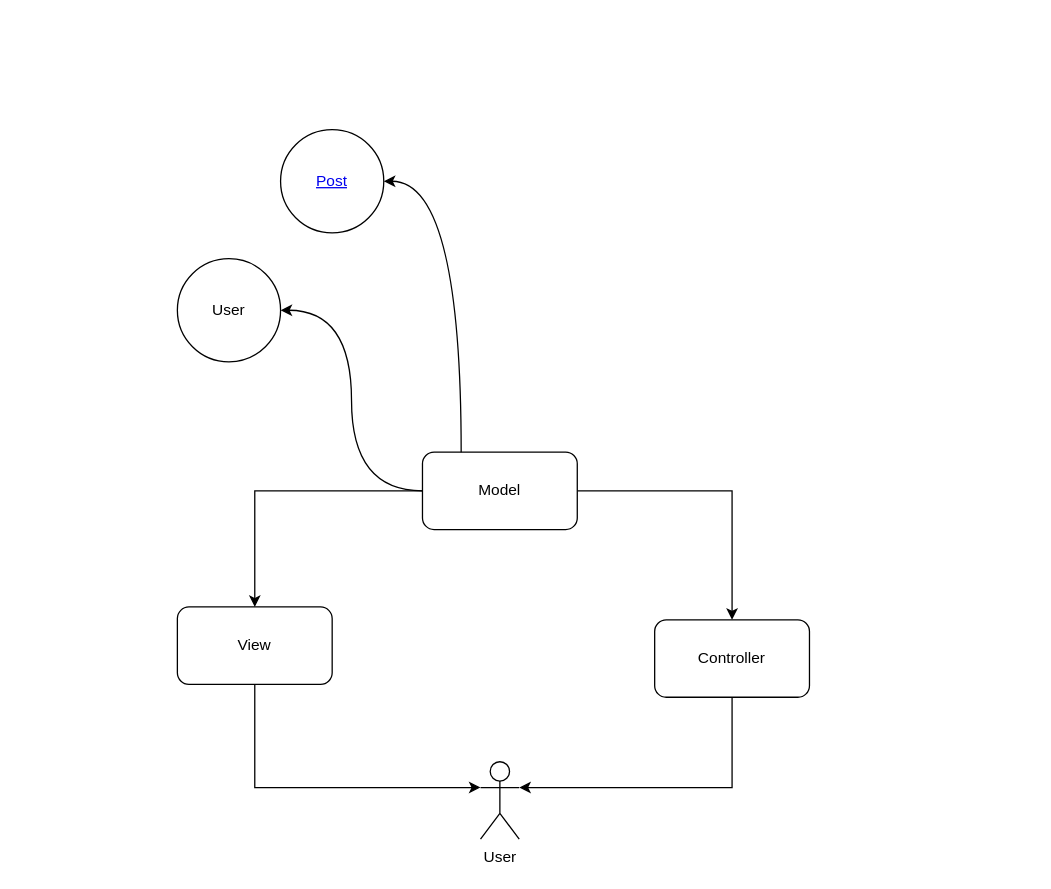
The draw.io diagram documentation/architecture_design.drawio in abdulmansour/soen341, before the edit. Source tidied: cells renumbered, new cells numbered last; positions are measured from the earlier drawing's top-left corner, leaving out a move shared by most shapes. Both pictures are drawn from the tidied source at 129%, with x=0, y=0 at pixel (177, 129).
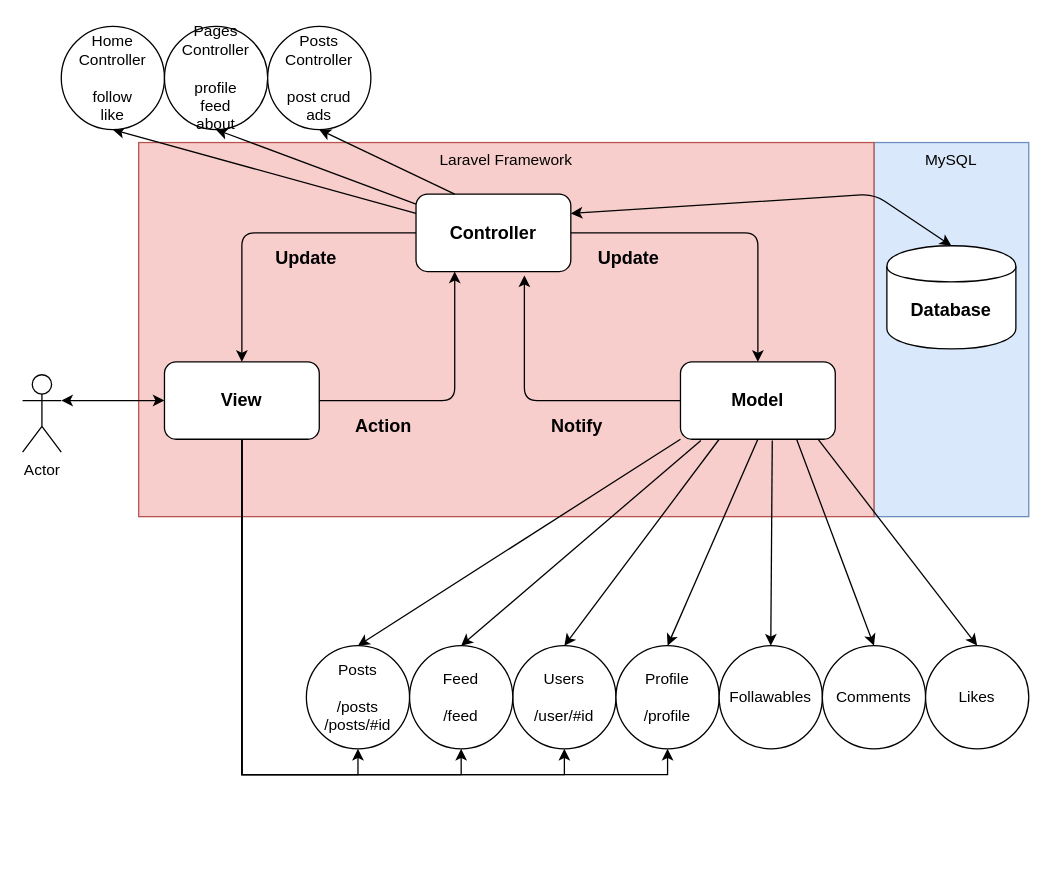
Above is the later version.

Commit message (it also covers changes not shown here):
updated architecture design #14

Change to the diagram source:
```diff
@@
-    <mxCell id="2" style="edgeStyle=orthogonalEdgeStyle;rounded=0;jettySize=auto;html=1;entryX=0.5;entryY=0;entryDx=0;entryDy=0;" parent="1" edge="1" source="5" target="9">
-      <mxGeometry relative="1" as="geometry" />
-    </mxCell>
-    <mxCell id="3" style="edgeStyle=orthogonalEdgeStyle;rounded=0;jettySize=auto;html=1;" parent="1" edge="1" source="5" target="7">
-      <mxGeometry relative="1" as="geometry" />
-    </mxCell>
-    <mxCell id="4" style="edgeStyle=orthogonalEdgeStyle;curved=1;rounded=0;jettySize=auto;html=1;entryX=1;entryY=0.5;entryDx=0;entryDy=0;" parent="1" edge="1" source="5" target="11">
-      <mxGeometry relative="1" as="geometry" />
-    </mxCell>
+    <mxCell id="14" value="MySQL" style="rounded=0;whiteSpace=wrap;html=1;fillColor=#dae8fc;strokeColor=#6c8ebf;verticalAlign=top;" parent="1" vertex="1">
+      <mxGeometry x="540" y="10" width="120" height="290" as="geometry" />
+    </mxCell>
+    <mxCell id="15" value="&lt;div&gt;&lt;span&gt;Laravel Framework&lt;/span&gt;&lt;/div&gt;" style="rounded=0;whiteSpace=wrap;html=1;fillColor=#f8cecc;strokeColor=#b85450;align=center;horizontal=1;verticalAlign=top;" parent="1" vertex="1">
+      <mxGeometry x="-30" y="10" width="570" height="290" as="geometry" />
+    </mxCell>
+    <mxCell id="16" style="rounded=1;whiteSpace=wrap;html=1;" parent="1" vertex="1">
+      <mxGeometry x="185" y="50" width="120" height="60" as="geometry" />
+    </mxCell>
+    <mxCell id="17" style="rounded=1;jettySize=auto;html=1;entryX=0.5;entryY=0;entryDx=0;entryDy=0;exitX=0;exitY=1;exitDx=0;exitDy=0;" parent="1" edge="1" source="18" target="34">
+      <mxGeometry relative="1" as="geometry" />
+    </mxCell>
+    <mxCell id="18" style="rounded=1;whiteSpace=wrap;html=1;" parent="1" vertex="1">
+      <mxGeometry x="390" y="180" width="120" height="60" as="geometry" />
+    </mxCell>
+    <mxCell id="19" style="edgeStyle=orthogonalEdgeStyle;rounded=0;jettySize=auto;html=1;exitX=0.5;exitY=1;exitDx=0;exitDy=0;entryX=0.5;entryY=1;entryDx=0;entryDy=0;" parent="1" edge="1" source="20" target="36">
+      <mxGeometry relative="1" as="geometry">
+        <Array as="points">
+          <mxPoint x="50" y="500" />
+          <mxPoint x="300" y="500" />
+        </Array>
+      </mxGeometry>
+    </mxCell>
+    <mxCell id="20" style="rounded=1;whiteSpace=wrap;html=1;" parent="1" vertex="1">
+      <mxGeometry x="-10" y="180" width="120" height="60" as="geometry" />
+    </mxCell>
+    <mxCell id="9" value="&lt;b&gt;&lt;font style=&quot;font-size: 14px&quot;&gt;View&lt;/font&gt;&lt;/b&gt;" style="text;html=1;strokeColor=none;fillColor=none;align=center;verticalAlign=middle;whiteSpace=wrap;rounded=0;" parent="1" vertex="1">
+      <mxGeometry x="30" y="200" width="40" height="20" as="geometry" />
+    </mxCell>
+    <mxCell id="21" value="Actor" style="shape=umlActor;verticalLabelPosition=bottom;labelBackgroundColor=#ffffff;verticalAlign=top;html=1;outlineConnect=0;" parent="1" vertex="1">
+      <mxGeometry x="-120" y="190" width="30" height="60" as="geometry" />
+    </mxCell>
+    <mxCell id="22" style="endArrow=classic;html=1;exitX=0;exitY=0.5;exitDx=0;exitDy=0;entryX=0.5;entryY=0;entryDx=0;entryDy=0;" parent="1" edge="1" source="16" target="20">
+      <mxGeometry relative="1" as="geometry">
+        <Array as="points">
+          <mxPoint x="50" y="80" />
+        </Array>
+      </mxGeometry>
+    </mxCell>
+    <mxCell id="23" style="endArrow=classic;html=1;exitX=1;exitY=0.5;exitDx=0;exitDy=0;entryX=0.5;entryY=0;entryDx=0;entryDy=0;" parent="1" edge="1" source="16" target="18">
+      <mxGeometry relative="1" as="geometry">
+        <Array as="points">
+          <mxPoint x="450" y="80" />
+        </Array>
+      </mxGeometry>
+    </mxCell>
+    <mxCell id="7" value="&lt;b&gt;&lt;font style=&quot;font-size: 14px&quot;&gt;Controller&lt;/font&gt;&lt;/b&gt;" style="text;html=1;strokeColor=none;fillColor=none;align=center;verticalAlign=middle;whiteSpace=wrap;rounded=0;" parent="1" vertex="1">
+      <mxGeometry x="225" y="70" width="40" height="20" as="geometry" />
+    </mxCell>
-    <mxCell id="5" value="Model" style="rounded=1;whiteSpace=wrap;html=1;strokeColor=#000000;" parent="1" vertex="1">
-      <mxGeometry x="190" y="250" width="120" height="60" as="geometry" />
+    <mxCell id="5" value="&lt;b&gt;&lt;font style=&quot;font-size: 14px&quot;&gt;Model&lt;/font&gt;&lt;/b&gt;" style="text;html=1;strokeColor=none;fillColor=none;align=center;verticalAlign=middle;whiteSpace=wrap;rounded=0;" parent="1" vertex="1">
+      <mxGeometry x="430" y="200" width="40" height="20" as="geometry" />
     </mxCell>
-    <mxCell id="6" style="edgeStyle=orthogonalEdgeStyle;rounded=0;jettySize=auto;html=1;entryX=1;entryY=0.3333333333333333;entryDx=0;entryDy=0;entryPerimeter=0;" parent="1" edge="1" source="7" target="10">
-      <mxGeometry relative="1" as="geometry">
-        <Array as="points">
-          <mxPoint x="430" y="510" />
-        </Array>
-      </mxGeometry>
-    </mxCell>
-    <mxCell id="7" value="Controller" style="rounded=1;whiteSpace=wrap;html=1;" parent="1" vertex="1">
-      <mxGeometry x="370" y="380" width="120" height="60" as="geometry" />
-    </mxCell>
-    <mxCell id="8" style="edgeStyle=orthogonalEdgeStyle;rounded=0;jettySize=auto;html=1;" parent="1" edge="1" source="9" target="10">
-      <mxGeometry relative="1" as="geometry">
-        <Array as="points">
-          <mxPoint x="60" y="510" />
-        </Array>
-      </mxGeometry>
-    </mxCell>
-    <mxCell id="9" value="View" style="rounded=1;whiteSpace=wrap;html=1;" parent="1" vertex="1">
-      <mxGeometry y="370" width="120" height="60" as="geometry" />
-    </mxCell>
-    <mxCell id="10" value="User" style="shape=umlActor;verticalLabelPosition=bottom;labelBackgroundColor=#ffffff;verticalAlign=top;html=1;outlineConnect=0;" parent="1" vertex="1">
-      <mxGeometry x="235" y="490" width="30" height="60" as="geometry" />
-    </mxCell>
-    <mxCell id="11" value="User" style="ellipse;whiteSpace=wrap;html=1;" parent="1" vertex="1">
-      <mxGeometry y="100" width="80" height="80" as="geometry" />
-    </mxCell>
-    <mxCell id="12" style="edgeStyle=orthogonalEdgeStyle;curved=1;rounded=0;jettySize=auto;html=1;entryX=1;entryY=0.5;entryDx=0;entryDy=0;exitX=0.25;exitY=0;exitDx=0;exitDy=0;" parent="1" edge="1" source="5" target="13">
-      <mxGeometry relative="1" as="geometry" />
-    </mxCell>
-    <mxCell id="13" value="&lt;span style=&quot;color: rgb(0 , 0 , 238) ; white-space: nowrap&quot;&gt;&lt;a href=&quot;data:page/id,2DzEoYJXFoh3zEqauC1i&quot;&gt;Post&lt;/a&gt;&lt;/span&gt;" style="ellipse;whiteSpace=wrap;html=1;" parent="1" vertex="1">
-      <mxGeometry x="80" width="80" height="80" as="geometry" />
-    </mxCell>
+    <mxCell id="24" style="endArrow=classic;html=1;exitX=1;exitY=0.5;exitDx=0;exitDy=0;entryX=0.25;entryY=1;entryDx=0;entryDy=0;" parent="1" edge="1" source="20" target="16">
+      <mxGeometry relative="1" as="geometry">
+        <Array as="points">
+          <mxPoint x="215" y="210" />
+        </Array>
+      </mxGeometry>
+    </mxCell>
+    <mxCell id="25" style="endArrow=classic;html=1;exitX=0;exitY=0.5;exitDx=0;exitDy=0;entryX=0.7;entryY=1.05;entryDx=0;entryDy=0;entryPerimeter=0;" parent="1" edge="1" source="18" target="16">
+      <mxGeometry relative="1" as="geometry">
+        <Array as="points">
+          <mxPoint x="269" y="210" />
+        </Array>
+      </mxGeometry>
+    </mxCell>
+    <mxCell id="26" style="endArrow=classic;startArrow=classic;html=1;exitX=1;exitY=0.3333333333333333;exitDx=0;exitDy=0;exitPerimeter=0;entryX=0;entryY=0.5;entryDx=0;entryDy=0;" parent="1" edge="1" source="21" target="20">
+      <mxGeometry relative="1" as="geometry" />
+    </mxCell>
+    <mxCell id="27" style="shape=cylinder;whiteSpace=wrap;html=1;boundedLbl=1;backgroundOutline=1;" parent="1" vertex="1">
+      <mxGeometry x="550" y="90" width="100" height="80" as="geometry" />
+    </mxCell>
+    <mxCell id="28" value="&lt;b&gt;&lt;font style=&quot;font-size: 14px&quot;&gt;Database&lt;/font&gt;&lt;/b&gt;" style="text;html=1;strokeColor=none;fillColor=none;align=center;verticalAlign=middle;whiteSpace=wrap;rounded=0;" parent="1" vertex="1">
+      <mxGeometry x="580" y="130" width="40" height="20" as="geometry" />
+    </mxCell>
+    <mxCell id="29" style="endArrow=classic;startArrow=classic;html=1;exitX=1;exitY=0.25;exitDx=0;exitDy=0;entryX=0.5;entryY=0;entryDx=0;entryDy=0;" parent="1" edge="1" source="16" target="27">
+      <mxGeometry relative="1" as="geometry">
+        <Array as="points">
+          <mxPoint x="540" y="50" />
+        </Array>
+      </mxGeometry>
+    </mxCell>
+    <mxCell id="30" value="&lt;b&gt;&lt;font style=&quot;font-size: 14px&quot;&gt;Action&lt;/font&gt;&lt;/b&gt;" style="text;html=1;strokeColor=none;fillColor=none;align=center;verticalAlign=middle;whiteSpace=wrap;rounded=0;" parent="1" vertex="1">
+      <mxGeometry x="140" y="220" width="40" height="20" as="geometry" />
+    </mxCell>
+    <mxCell id="31" value="&lt;b&gt;&lt;font style=&quot;font-size: 14px&quot;&gt;Update&lt;/font&gt;&lt;/b&gt;" style="text;html=1;strokeColor=none;fillColor=none;align=center;verticalAlign=middle;whiteSpace=wrap;rounded=0;" parent="1" vertex="1">
+      <mxGeometry x="330" y="90" width="40" height="20" as="geometry" />
+    </mxCell>
+    <mxCell id="32" value="&lt;b&gt;&lt;font style=&quot;font-size: 14px&quot;&gt;Notify&lt;/font&gt;&lt;/b&gt;" style="text;html=1;strokeColor=none;fillColor=none;align=center;verticalAlign=middle;whiteSpace=wrap;rounded=0;" parent="1" vertex="1">
+      <mxGeometry x="290" y="220" width="40" height="20" as="geometry" />
+    </mxCell>
+    <mxCell id="33" value="&lt;b&gt;&lt;font style=&quot;font-size: 14px&quot;&gt;Update&lt;/font&gt;&lt;/b&gt;" style="text;html=1;strokeColor=none;fillColor=none;align=center;verticalAlign=middle;whiteSpace=wrap;rounded=0;" parent="1" vertex="1">
+      <mxGeometry x="80" y="90" width="40" height="20" as="geometry" />
+    </mxCell>
+    <mxCell id="34" value="Posts&lt;br&gt;&lt;br&gt;/posts&lt;br&gt;/posts/#id" style="ellipse;whiteSpace=wrap;html=1;" parent="1" vertex="1">
+      <mxGeometry x="100" y="400" width="80" height="80" as="geometry" />
+    </mxCell>
+    <mxCell id="35" style="rounded=1;jettySize=auto;html=1;entryX=0.5;entryY=0;entryDx=0;entryDy=0;exitX=0.25;exitY=1;exitDx=0;exitDy=0;" parent="1" edge="1" source="18" target="36">
+      <mxGeometry relative="1" as="geometry" />
+    </mxCell>
+    <mxCell id="36" value="Users&lt;br&gt;&lt;br&gt;/user/#id" style="ellipse;whiteSpace=wrap;html=1;" parent="1" vertex="1">
+      <mxGeometry x="260" y="400" width="80" height="80" as="geometry" />
+    </mxCell>
+    <mxCell id="37" style="rounded=1;jettySize=auto;html=1;entryX=0.5;entryY=0;entryDx=0;entryDy=0;exitX=0.5;exitY=1;exitDx=0;exitDy=0;" parent="1" edge="1" source="18" target="38">
+      <mxGeometry relative="1" as="geometry" />
+    </mxCell>
+    <mxCell id="38" value="Profile&lt;br&gt;&lt;br&gt;/profile" style="ellipse;whiteSpace=wrap;html=1;" parent="1" vertex="1">
+      <mxGeometry x="340" y="400" width="80" height="80" as="geometry" />
+    </mxCell>
+    <mxCell id="39" style="rounded=1;jettySize=auto;html=1;entryX=0.5;entryY=0;entryDx=0;entryDy=0;exitX=0.132;exitY=1.015;exitDx=0;exitDy=0;exitPerimeter=0;" parent="1" edge="1" source="18" target="40">
+      <mxGeometry relative="1" as="geometry" />
+    </mxCell>
+    <mxCell id="40" value="Feed&lt;br&gt;&lt;br&gt;/feed" style="ellipse;whiteSpace=wrap;html=1;" parent="1" vertex="1">
+      <mxGeometry x="180" y="400" width="80" height="80" as="geometry" />
+    </mxCell>
+    <mxCell id="41" style="rounded=1;jettySize=auto;html=1;entryX=0.5;entryY=0;entryDx=0;entryDy=0;exitX=0.593;exitY=1.015;exitDx=0;exitDy=0;exitPerimeter=0;" parent="1" edge="1" source="18" target="42">
+      <mxGeometry relative="1" as="geometry" />
+    </mxCell>
+    <mxCell id="42" value="Follawables" style="ellipse;whiteSpace=wrap;html=1;" parent="1" vertex="1">
+      <mxGeometry x="420" y="400" width="80" height="80" as="geometry" />
+    </mxCell>
+    <mxCell id="43" style="rounded=1;jettySize=auto;html=1;entryX=0.5;entryY=0;entryDx=0;entryDy=0;exitX=0.75;exitY=1;exitDx=0;exitDy=0;" parent="1" edge="1" source="18" target="44">
+      <mxGeometry relative="1" as="geometry" />
+    </mxCell>
+    <mxCell id="44" value="Comments" style="ellipse;whiteSpace=wrap;html=1;" parent="1" vertex="1">
+      <mxGeometry x="500" y="400" width="80" height="80" as="geometry" />
+    </mxCell>
+    <mxCell id="45" style="rounded=1;jettySize=auto;html=1;entryX=0.5;entryY=0;entryDx=0;entryDy=0;exitX=0.887;exitY=0.995;exitDx=0;exitDy=0;exitPerimeter=0;" parent="1" edge="1" source="18" target="46">
+      <mxGeometry relative="1" as="geometry" />
+    </mxCell>
+    <mxCell id="46" value="Likes" style="ellipse;whiteSpace=wrap;html=1;" parent="1" vertex="1">
+      <mxGeometry x="580" y="400" width="80" height="80" as="geometry" />
+    </mxCell>
+    <mxCell id="47" style="rounded=1;jettySize=auto;html=1;entryX=0.5;entryY=1;entryDx=0;entryDy=0;exitX=0;exitY=0.25;exitDx=0;exitDy=0;" parent="1" edge="1" source="16" target="48">
+      <mxGeometry relative="1" as="geometry" />
+    </mxCell>
+    <mxCell id="48" value="Home Controller&lt;br&gt;&lt;br&gt;follow&lt;br&gt;like" style="ellipse;whiteSpace=wrap;html=1;" parent="1" vertex="1">
+      <mxGeometry x="-90" y="-80" width="80" height="80" as="geometry" />
+    </mxCell>
+    <mxCell id="49" style="rounded=1;jettySize=auto;html=1;entryX=0.5;entryY=1;entryDx=0;entryDy=0;" parent="1" edge="1" source="16" target="50">
+      <mxGeometry relative="1" as="geometry" />
+    </mxCell>
+    <mxCell id="50" value="Pages Controller&lt;br&gt;&lt;br&gt;profile&lt;br&gt;feed&lt;br&gt;about" style="ellipse;whiteSpace=wrap;html=1;" parent="1" vertex="1">
+      <mxGeometry x="-10" y="-80" width="80" height="80" as="geometry" />
+    </mxCell>
+    <mxCell id="51" style="rounded=1;jettySize=auto;html=1;entryX=0.5;entryY=1;entryDx=0;entryDy=0;exitX=0.25;exitY=0;exitDx=0;exitDy=0;" parent="1" edge="1" source="16" target="52">
+      <mxGeometry relative="1" as="geometry" />
+    </mxCell>
+    <mxCell id="52" value="Posts Controller&lt;br&gt;&lt;br&gt;post crud&lt;br&gt;ads" style="ellipse;whiteSpace=wrap;html=1;" parent="1" vertex="1">
+      <mxGeometry x="70" y="-80" width="80" height="80" as="geometry" />
+    </mxCell>
+    <mxCell id="53" style="edgeStyle=orthogonalEdgeStyle;rounded=0;jettySize=auto;html=1;exitX=0.5;exitY=1;exitDx=0;exitDy=0;entryX=0.5;entryY=1;entryDx=0;entryDy=0;" parent="1" edge="1" source="20" target="34">
+      <mxGeometry relative="1" as="geometry">
+        <Array as="points">
+          <mxPoint x="50" y="500" />
+          <mxPoint x="140" y="500" />
+        </Array>
+      </mxGeometry>
+    </mxCell>
+    <mxCell id="54" style="edgeStyle=orthogonalEdgeStyle;rounded=0;jettySize=auto;html=1;exitX=0.5;exitY=1;exitDx=0;exitDy=0;entryX=0.5;entryY=1;entryDx=0;entryDy=0;" parent="1" edge="1" source="20" target="40">
+      <mxGeometry relative="1" as="geometry">
+        <Array as="points">
+          <mxPoint x="50" y="500" />
+          <mxPoint x="220" y="500" />
+        </Array>
+      </mxGeometry>
+    </mxCell>
+    <mxCell id="55" style="edgeStyle=orthogonalEdgeStyle;rounded=0;jettySize=auto;html=1;exitX=0.5;exitY=1;exitDx=0;exitDy=0;entryX=0.5;entryY=1;entryDx=0;entryDy=0;" parent="1" edge="1" source="20" target="38">
+      <mxGeometry relative="1" as="geometry">
+        <Array as="points">
+          <mxPoint x="50" y="500" />
+          <mxPoint x="380" y="500" />
+        </Array>
+      </mxGeometry>
+    </mxCell>
```
